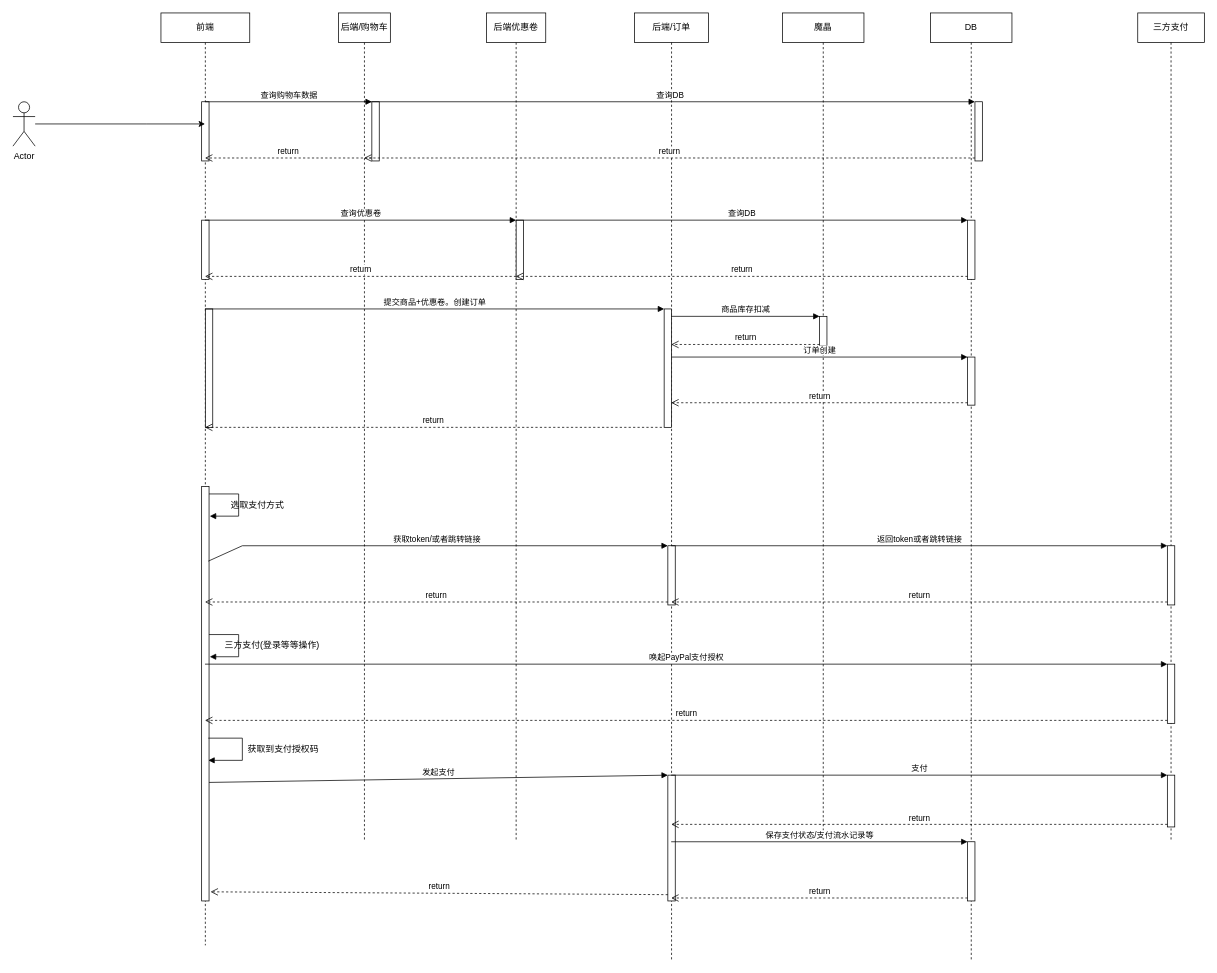
This is 未命名绘图.drawio from lihongsheng/studer, a draw.io file, before an edit. Source tidied: cells renumbered, new cells numbered last; positions are measured from the earlier drawing's top-left corner, leaving out a move shared by most shapes. Both pictures are drawn from the tidied source at 74%, with x=0, y=0 at pixel (13, 13).
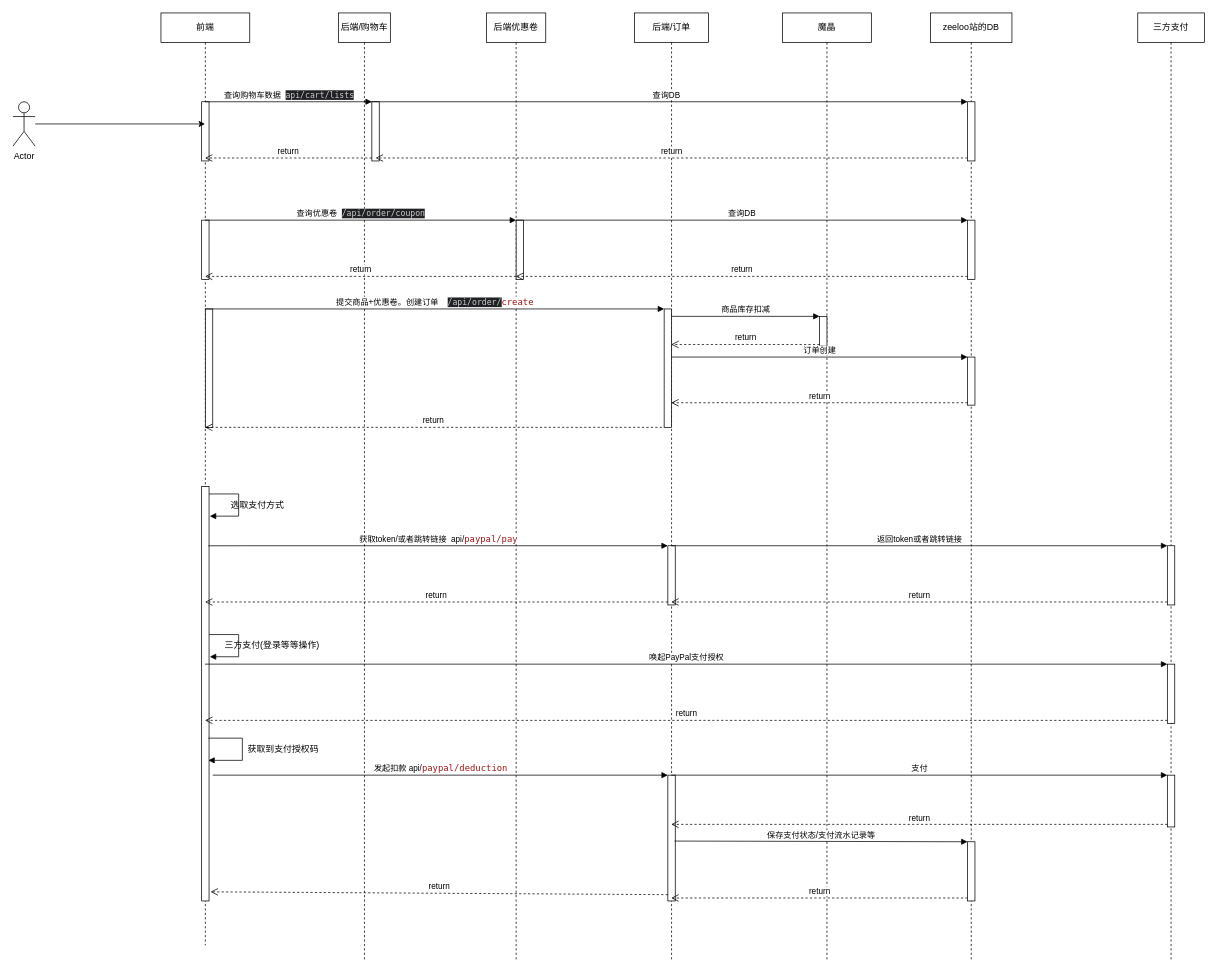
Above is the later version.

Commit message:
zeelool-订单支付流程.drawio

The change refers to these unchanged cells:
```xml
<mxCell id="2" value="前端" style="shape=umlLifeline;perimeter=lifelinePerimeter;whiteSpace=wrap;html=1;outlineConnect=0;" parent="1" vertex="1">
  <mxGeometry x="200" width="120" height="1260" as="geometry" />
</mxCell>
<mxCell id="6" style="html=1;points=[];perimeter=orthogonalPerimeter;" parent="2" vertex="1">
  <mxGeometry x="55" y="640" width="10" height="560" as="geometry" />
</mxCell>
<mxCell id="13" style="html=1;points=[];perimeter=orthogonalPerimeter;" parent="12" vertex="1">
  <mxGeometry x="45" y="120" width="10" height="80" as="geometry" />
</mxCell>
<mxCell id="15" style="html=1;points=[];perimeter=orthogonalPerimeter;" parent="14" vertex="1">
  <mxGeometry x="40" y="280" width="10" height="80" as="geometry" />
</mxCell>
<mxCell id="16" value="后端/订单" style="shape=umlLifeline;perimeter=lifelinePerimeter;whiteSpace=wrap;html=1;outlineConnect=0;" parent="1" vertex="1">
  <mxGeometry x="840" width="100" height="1280" as="geometry" />
</mxCell>
<mxCell id="17" style="html=1;points=[];perimeter=orthogonalPerimeter;" parent="16" vertex="1">
  <mxGeometry x="40" y="400" width="10" height="160" as="geometry" />
</mxCell>
<mxCell id="18" style="html=1;points=[];perimeter=orthogonalPerimeter;" parent="16" vertex="1">
  <mxGeometry x="45" y="720" width="10" height="80" as="geometry" />
</mxCell>
<mxCell id="19" style="html=1;points=[];perimeter=orthogonalPerimeter;" parent="16" vertex="1">
  <mxGeometry x="45" y="1030" width="10" height="170" as="geometry" />
</mxCell>
<mxCell id="26" style="html=1;points=[];perimeter=orthogonalPerimeter;" parent="22" vertex="1">
  <mxGeometry x="50" y="1120" width="10" height="80" as="geometry" />
</mxCell>
```

The edit, as a diff of the source:
```diff
@@
     <mxCell id="12" value="后端/购物车" style="shape=umlLifeline;perimeter=lifelinePerimeter;whiteSpace=wrap;html=1;outlineConnect=0;" parent="1" vertex="1">
-      <mxGeometry x="440" width="70" height="1120" as="geometry" />
+      <mxGeometry x="440" width="70" height="1280" as="geometry" />
     </mxCell>
@@
     <mxCell id="14" value="后端优惠卷" style="shape=umlLifeline;perimeter=lifelinePerimeter;whiteSpace=wrap;html=1;outlineConnect=0;" parent="1" vertex="1">
-      <mxGeometry x="640" width="80" height="1120" as="geometry" />
+      <mxGeometry x="640" width="80" height="1280" as="geometry" />
     </mxCell>
@@
     <mxCell id="20" value="魔晶" style="shape=umlLifeline;perimeter=lifelinePerimeter;whiteSpace=wrap;html=1;" parent="1" vertex="1">
-      <mxGeometry x="1040" width="110" height="1120" as="geometry" />
+      <mxGeometry x="1040" width="120" height="1280" as="geometry" />
     </mxCell>
@@
-    <mxCell id="22" value="DB" style="shape=umlLifeline;perimeter=lifelinePerimeter;whiteSpace=wrap;html=1;" parent="1" vertex="1">
+    <mxCell id="22" value="zeeloo站的DB" style="shape=umlLifeline;perimeter=lifelinePerimeter;whiteSpace=wrap;html=1;" parent="1" vertex="1">
       <mxGeometry x="1240" width="110" height="1280" as="geometry" />
     </mxCell>
     <mxCell id="23" style="html=1;points=[];perimeter=orthogonalPerimeter;" parent="22" vertex="1">
-      <mxGeometry x="60" y="120" width="10" height="80" as="geometry" />
+      <mxGeometry x="50" y="120" width="10" height="80" as="geometry" />
     </mxCell>
@@
-    <mxCell id="27" value="查询购物车数据" style="html=1;verticalAlign=bottom;endArrow=block;entryX=0;entryY=0;rounded=0;" parent="1" edge="1" source="2" target="13">
+    <mxCell id="27" value="查询购物车数据&amp;nbsp;&amp;nbsp;&lt;span style=&quot;color: rgb(205, 205, 205); font-family: menlo, monospace; text-align: left; background-color: rgb(32, 33, 36);&quot;&gt;api/cart/lists&lt;/span&gt;" style="html=1;verticalAlign=bottom;endArrow=block;entryX=0;entryY=0;rounded=0;" parent="1" edge="1" source="2" target="13">
       <mxGeometry relative="1" as="geometry" />
     </mxCell>
@@
-    <mxCell id="30" value="return" style="html=1;verticalAlign=bottom;endArrow=open;dashed=1;endSize=8;exitX=0;exitY=0.95;rounded=0;" parent="1" edge="1" source="23" target="12">
-      <mxGeometry relative="1" as="geometry" />
+    <mxCell id="30" value="return" style="html=1;verticalAlign=bottom;endArrow=open;dashed=1;endSize=8;exitX=0;exitY=0.95;rounded=0;" parent="1" edge="1" source="23">
+      <mxGeometry relative="1" as="geometry">
+        <mxPoint x="490" y="196" as="targetPoint" />
+      </mxGeometry>
     </mxCell>
-    <mxCell id="31" value="查询优惠卷" style="html=1;verticalAlign=bottom;endArrow=block;entryX=0;entryY=0;rounded=0;" parent="1" edge="1" source="2" target="15">
+    <mxCell id="31" value="查询优惠卷&amp;nbsp;&amp;nbsp;&lt;span style=&quot;color: rgb(205, 205, 205); font-family: menlo, monospace; text-align: left; background-color: rgb(32, 33, 36);&quot;&gt;/api/order/coupon&lt;/span&gt;" style="html=1;verticalAlign=bottom;endArrow=block;entryX=0;entryY=0;rounded=0;" parent="1" edge="1" source="2" target="15">
       <mxGeometry relative="1" as="geometry" />
     </mxCell>
@@
-    <mxCell id="35" value="提交商品+优惠卷。创建订单" style="html=1;verticalAlign=bottom;endArrow=block;entryX=0;entryY=0;rounded=0;" parent="1" edge="1" source="2" target="17">
+    <mxCell id="35" value="提交商品+优惠卷。创建订单&amp;nbsp; &amp;nbsp;&amp;nbsp;&lt;span style=&quot;color: rgb(205, 205, 205); font-family: menlo, monospace; text-align: left; background-color: rgb(32, 33, 36);&quot;&gt;/api/order/&lt;/span&gt;&lt;span style=&quot;color: rgb(163, 21, 21); font-family: Menlo, Monaco, &amp;quot;Courier New&amp;quot;, monospace; font-size: 12px;&quot;&gt;create&lt;/span&gt;" style="html=1;verticalAlign=bottom;endArrow=block;entryX=0;entryY=0;rounded=0;" parent="1" edge="1" source="2" target="17">
       <mxGeometry relative="1" as="geometry" />
     </mxCell>
@@
     <mxCell id="41" value="三方支付" style="shape=umlLifeline;perimeter=lifelinePerimeter;whiteSpace=wrap;html=1;" parent="1" vertex="1">
-      <mxGeometry x="1520" width="90" height="1120" as="geometry" />
+      <mxGeometry x="1520" width="90" height="1280" as="geometry" />
     </mxCell>
@@
-    <mxCell id="45" value="获取token/或者跳转链接" style="html=1;verticalAlign=bottom;endArrow=block;entryX=0;entryY=0;rounded=0;exitX=0.9;exitY=0.18;exitDx=0;exitDy=0;exitPerimeter=0;" parent="1" edge="1" source="6" target="18">
+    <mxCell id="45" value="获取token/或者跳转链接&amp;nbsp; api/&lt;span style=&quot;color: rgb(163, 21, 21); font-family: Menlo, Monaco, &amp;quot;Courier New&amp;quot;, monospace; font-size: 12px;&quot;&gt;paypal/pay&lt;/span&gt;" style="html=1;verticalAlign=bottom;endArrow=block;entryX=0;entryY=0;rounded=0;exitX=0.9;exitY=0.143;exitDx=0;exitDy=0;exitPerimeter=0;" parent="1" edge="1" source="6" target="18">
       <mxGeometry relative="1" as="geometry">
         <Array as="points">
           <mxPoint x="310" y="720" />
         </Array>
       </mxGeometry>
     </mxCell>
@@
-    <mxCell id="54" value="发起支付" style="html=1;verticalAlign=bottom;endArrow=block;entryX=0;entryY=0;rounded=0;exitX=1;exitY=0.714;exitDx=0;exitDy=0;exitPerimeter=0;" parent="1" edge="1" source="6" target="19">
-      <mxGeometry relative="1" as="geometry" />
+    <mxCell id="54" value="发起扣款 api/&lt;span style=&quot;color: rgb(163, 21, 21); font-family: Menlo, Monaco, &amp;quot;Courier New&amp;quot;, monospace; font-size: 12px;&quot;&gt;paypal/deduction&lt;/span&gt;" style="html=1;verticalAlign=bottom;endArrow=block;entryX=0;entryY=0;rounded=0;" parent="1" edge="1" target="19">
+      <mxGeometry relative="1" as="geometry">
+        <mxPoint x="270" y="1030" as="sourcePoint" />
+      </mxGeometry>
     </mxCell>
@@
-    <mxCell id="58" value="保存支付状态/支付流水记录等" style="html=1;verticalAlign=bottom;endArrow=block;entryX=0;entryY=0;rounded=0;" parent="1" edge="1" source="16" target="26">
+    <mxCell id="58" value="保存支付状态/支付流水记录等" style="html=1;verticalAlign=bottom;endArrow=block;entryX=0;entryY=0;rounded=0;exitX=0.9;exitY=0.524;exitDx=0;exitDy=0;exitPerimeter=0;" parent="1" edge="1" source="19" target="26">
       <mxGeometry relative="1" as="geometry" />
     </mxCell>
```
